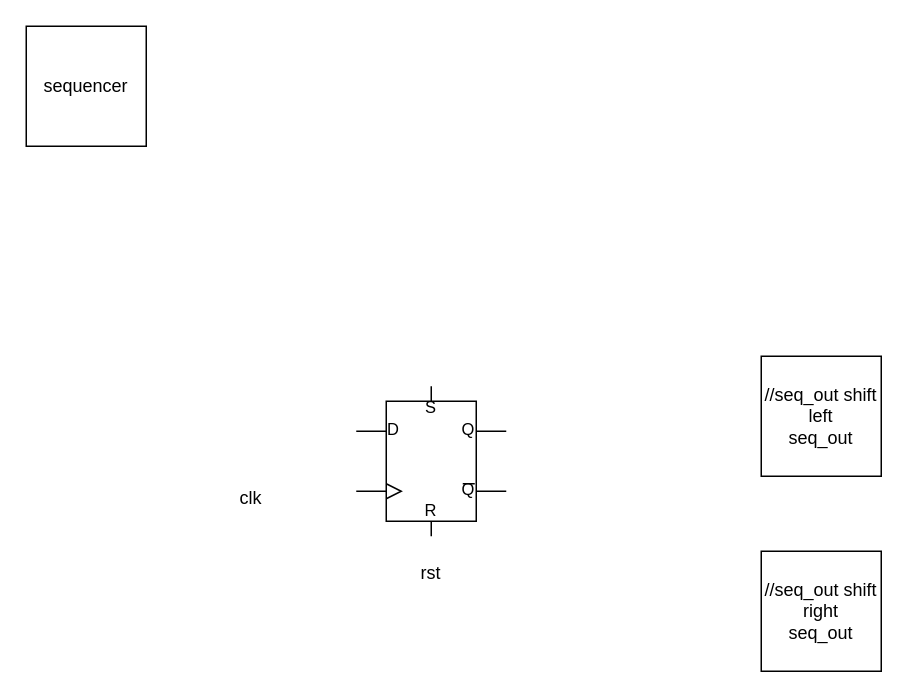
This is sequencer.drawio from LeoChen21/chenLeo, a draw.io file, before an edit. Source tidied: cells renumbered, new cells numbered last; positions are measured from the earlier drawing's top-left corner, leaving out a move shared by most shapes. Both pictures are drawn from the tidied source at 150%, with x=0, y=0 at pixel (26, 26).
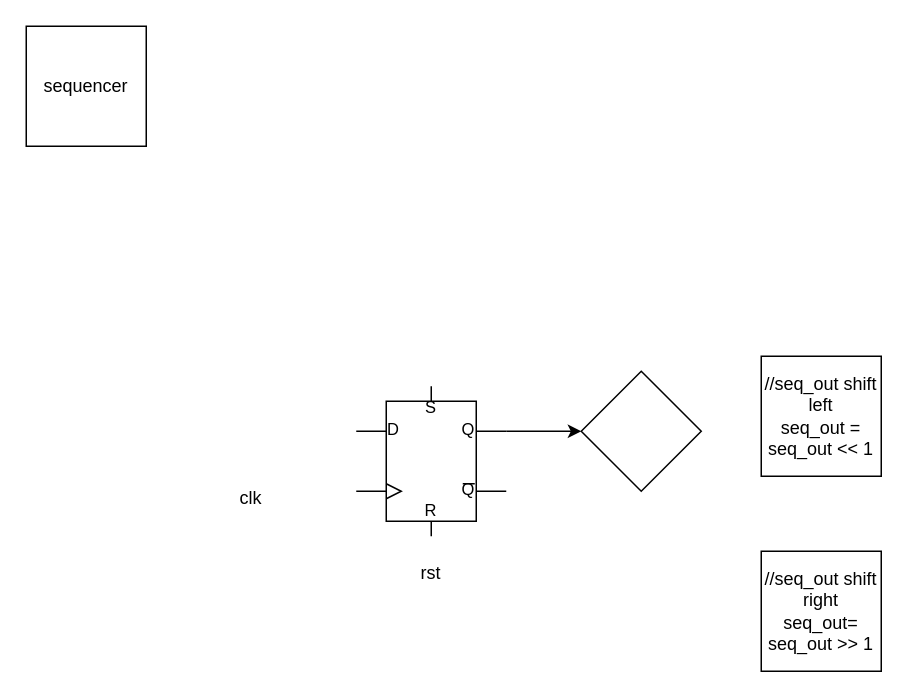
Above is the later version.

The edit, as a diff of the source:
```diff
@@
 <mxGraphModel>
   <root>
     <mxCell id="0" />
     <mxCell id="1" parent="0" />
     <mxCell id="2" value="sequencer" style="whiteSpace=wrap;html=1;" parent="1" vertex="1">
       <mxGeometry width="80" height="80" as="geometry" />
     </mxCell>
+    <mxCell id="8" style="edgeStyle=orthogonalEdgeStyle;rounded=0;jettySize=auto;html=1;exitX=1;exitY=0.3;exitDx=0;exitDy=0;exitPerimeter=0;" parent="1" edge="1" source="3">
+      <mxGeometry relative="1" as="geometry">
+        <mxPoint x="370" y="270" as="targetPoint" />
+      </mxGeometry>
+    </mxCell>
     <mxCell id="3" style="verticalLabelPosition=bottom;shadow=0;dashed=0;align=center;html=1;verticalAlign=top;shape=mxgraph.electrical.logic_gates.d_type_rs_flip-flop;" parent="1" vertex="1">
       <mxGeometry x="220" y="240" width="100" height="100" as="geometry" />
     </mxCell>
     <mxCell id="4" value="&lt;div&gt;clk&lt;/div&gt;" style="text;html=1;strokeColor=none;fillColor=none;align=center;verticalAlign=middle;whiteSpace=wrap;rounded=0;" parent="1" vertex="1">
       <mxGeometry x="120" y="300" width="60" height="30" as="geometry" />
     </mxCell>
     <mxCell id="5" value="rst" style="text;html=1;strokeColor=none;fillColor=none;align=center;verticalAlign=middle;whiteSpace=wrap;rounded=0;" parent="1" vertex="1">
       <mxGeometry x="240" y="350" width="60" height="30" as="geometry" />
     </mxCell>
-    <mxCell id="6" value="&lt;div&gt;//seq_out shift left&lt;br&gt;&lt;/div&gt;&lt;div&gt;seq_out &lt;/div&gt;" style="whiteSpace=wrap;html=1;" parent="1" vertex="1">
+    <mxCell id="6" value="&lt;div&gt;//seq_out shift left&lt;br&gt;&lt;/div&gt;&lt;div&gt;seq_out = seq_out &amp;lt;&amp;lt; 1&lt;br&gt;&lt;/div&gt;" style="whiteSpace=wrap;html=1;" parent="1" vertex="1">
       <mxGeometry x="490" y="220" width="80" height="80" as="geometry" />
     </mxCell>
-    <mxCell id="7" value="&lt;div&gt;//seq_out shift right&lt;br&gt;&lt;/div&gt;&lt;div&gt;seq_out &lt;/div&gt;" style="whiteSpace=wrap;html=1;" parent="1" vertex="1">
+    <mxCell id="7" value="&lt;div&gt;//seq_out shift right&lt;br&gt;&lt;/div&gt;&lt;div&gt;seq_out= seq_out &amp;gt;&amp;gt; 1&lt;br&gt;&lt;/div&gt;" style="whiteSpace=wrap;html=1;" parent="1" vertex="1">
       <mxGeometry x="490" y="350" width="80" height="80" as="geometry" />
     </mxCell>
+    <mxCell id="9" style="rhombus;whiteSpace=wrap;html=1;" parent="1" vertex="1">
+      <mxGeometry x="370" y="230" width="80" height="80" as="geometry" />
+    </mxCell>
   </root>
 </mxGraphModel>
```
